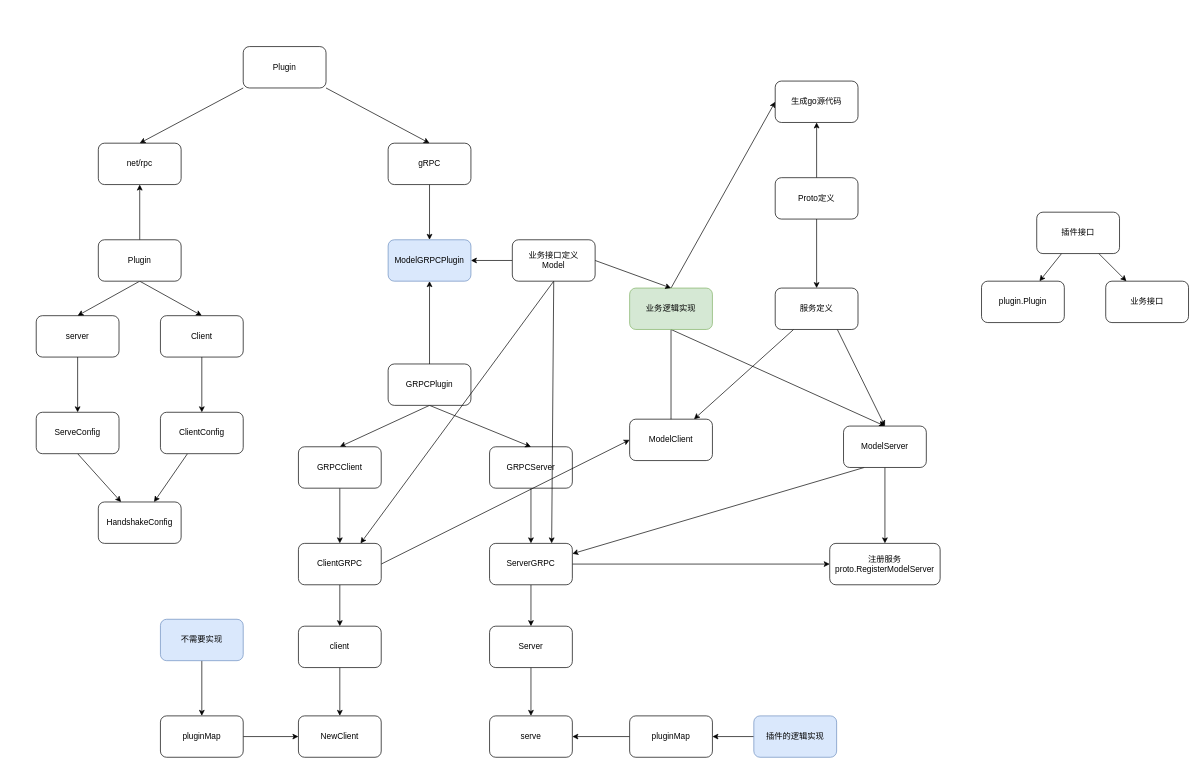
Before: page "gRPC插件逻辑" (3 of 10) of docs/流程图/drawio/yao_app.drawio in wwsheng009/yao-docs, a draw.io diagram. Source tidied: cells renumbered, new cells numbered last; positions are measured from the earlier drawing's top-left corner, leaving out a move shared by most shapes. Both pictures are drawn from the tidied source at 69%, with x=0, y=0 at pixel (36, 46).
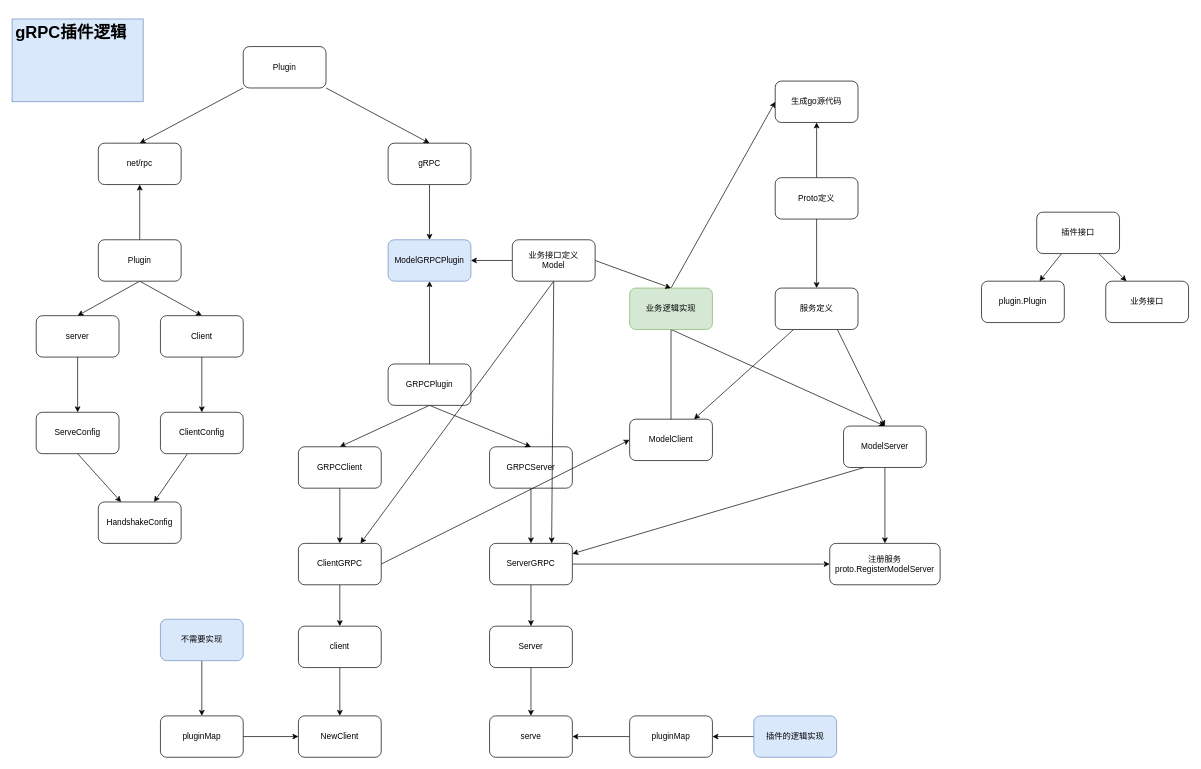
The same diagram, later.

What changed in the source:
```diff
@@
+    <mxCell id="76" value="&lt;h1&gt;gRPC插件逻辑&lt;/h1&gt;&lt;p&gt;&lt;br&gt;&lt;/p&gt;" style="text;html=1;strokeColor=#6c8ebf;fillColor=#dae8fc;spacing=5;spacingTop=-20;whiteSpace=wrap;overflow=hidden;rounded=0;" parent="1" vertex="1">
+      <mxGeometry x="-35" y="-40" width="190" height="120" as="geometry" />
+    </mxCell>
```
